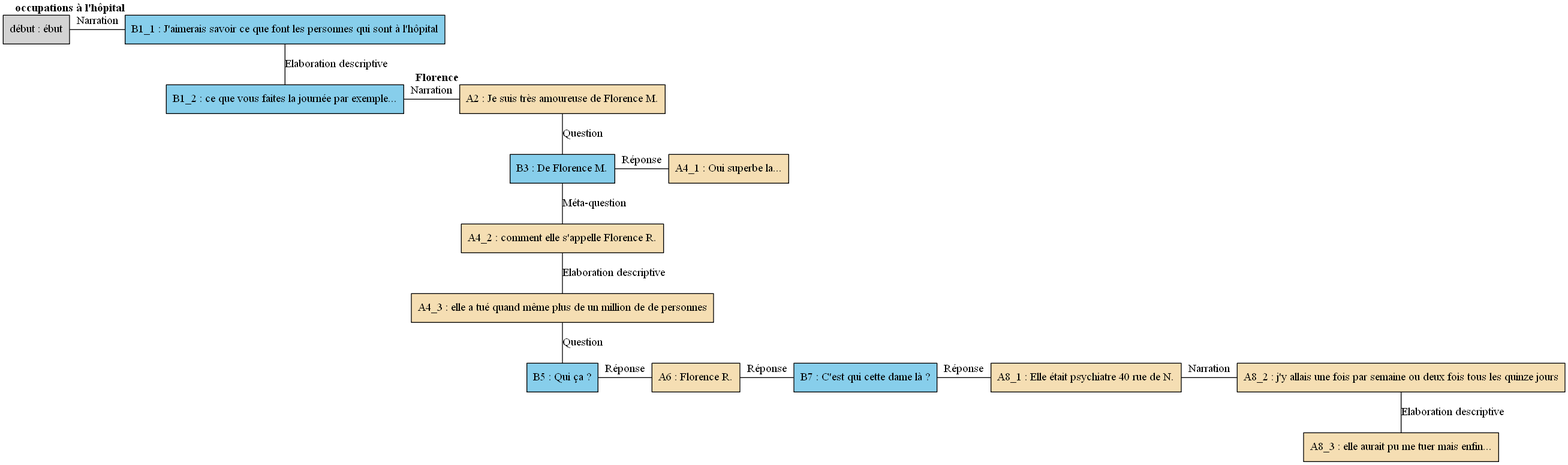
Before: arbres/Florence/Florence_-_C05.gv.png, a diagram exported from Graphviz (AlaixComet/AnnotationSlamPTut). Its source is kept beside it as arbres/Florence/Florence_-_C05.gv.
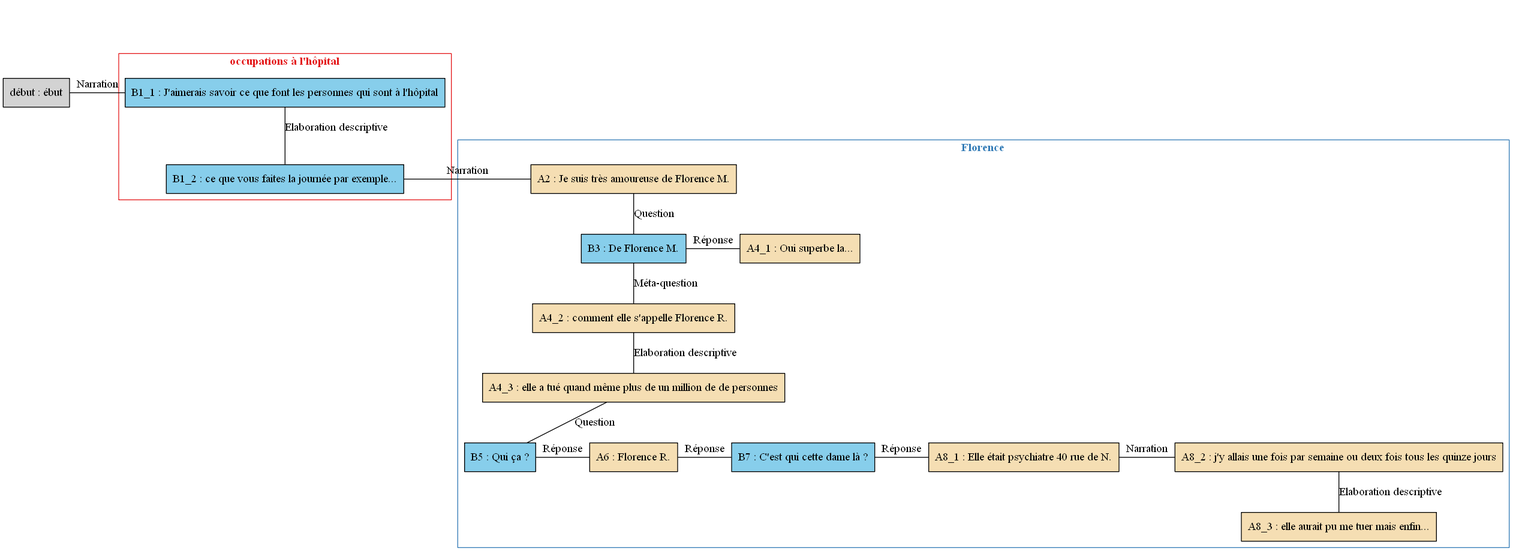
After the commit.

The edit, as a diff of the source:
```diff
@@ -1,65 +1,65 @@
 digraph C05 {
 	node [shape=box style=filled]
-	"début" [label="début : ébut" xlabel=""]
-	B1_1 [label="B1_1 : J'aimerais savoir ce que font les personnes qui sont à l'hôpital" fillcolor=skyblue xlabel=<<B>occupations à l'hôpital</B>>]
-	B1_2 [label="B1_2 : ce que vous faites la journée par exemple..." fillcolor=skyblue xlabel=""]
-	A2 [label="A2 : Je suis très amoureuse de Florence M." fillcolor=wheat xlabel=<<B>Florence</B>>]
-	B3 [label="B3 : De Florence M." fillcolor=skyblue xlabel=""]
-	A4_1 [label="A4_1 : Oui superbe la..." fillcolor=wheat xlabel=""]
-	A4_2 [label="A4_2 : comment elle s'appelle Florence R." fillcolor=wheat xlabel=""]
-	A4_3 [label="A4_3 : elle a tué quand même plus de un million de de personnes" fillcolor=wheat xlabel=""]
-	B5 [label="B5 : Qui ça ?" fillcolor=skyblue xlabel=""]
-	A6 [label="A6 : Florence R." fillcolor=wheat xlabel=""]
-	B7 [label="B7 : C'est qui cette dame là ?" fillcolor=skyblue xlabel=""]
-	A8_1 [label="A8_1 : Elle était psychiatre 40 rue de N." fillcolor=wheat xlabel=""]
-	A8_2 [label="A8_2 : j'y allais une fois par semaine ou deux fois tous les quinze jours" fillcolor=wheat xlabel=""]
-	A8_3 [label="A8_3 : elle aurait pu me tuer mais enfin..." fillcolor=wheat xlabel=""]
-	B1_1 -> B1_2 [label="Elaboration descriptive" dir=none]
-	{
-		rank=same
-		"début"
+	newrank=true
+	zero [style=invis]
+	"début" [label="début : ébut"]
+	B1_1 [label="B1_1 : J'aimerais savoir ce que font les personnes qui sont à l'hôpital" fillcolor=skyblue]
+	B1_2 [label="B1_2 : ce que vous faites la journée par exemple..." fillcolor=skyblue]
+	A2 [label="A2 : Je suis très amoureuse de Florence M." fillcolor=wheat]
+	B3 [label="B3 : De Florence M." fillcolor=skyblue]
+	A4_1 [label="A4_1 : Oui superbe la..." fillcolor=wheat]
+	A4_2 [label="A4_2 : comment elle s'appelle Florence R." fillcolor=wheat]
+	A4_3 [label="A4_3 : elle a tué quand même plus de un million de de personnes" fillcolor=wheat]
+	B5 [label="B5 : Qui ça ?" fillcolor=skyblue]
+	A6 [label="A6 : Florence R." fillcolor=wheat]
+	B7 [label="B7 : C'est qui cette dame là ?" fillcolor=skyblue]
+	A8_1 [label="A8_1 : Elle était psychiatre 40 rue de N." fillcolor=wheat]
+	A8_2 [label="A8_2 : j'y allais une fois par semaine ou deux fois tous les quinze jours" fillcolor=wheat]
+	A8_3 [label="A8_3 : elle aurait pu me tuer mais enfin..." fillcolor=wheat]
+	zero -> "début" [label="" style=invis]
+	B1_1 -> B1_2 [label="Elaboration descriptive" dir=none weight=2]
+	zero -> B1_1 [style=invis weight=1]
+	"début" -> B1_1 [label=Narration constraint=false dir=none]
+	B1_1 -> A2 [style=invis weight=1]
+	B1_2 -> A2 [label=Narration constraint=false dir=none]
+	A2 -> B3 [label=Question dir=none weight=2]
+	A2 -> A4_1 [style=invis weight=1]
+	B3 -> A4_1 [label="Réponse" constraint=false dir=none]
+	B3 -> A4_2 [label="Méta-question" dir=none weight=2]
+	A4_2 -> A4_3 [label="Elaboration descriptive" dir=none weight=2]
+	A4_3 -> B5 [label=Question dir=none weight=2]
+	A4_3 -> A6 [style=invis weight=1]
+	B5 -> A6 [label="Réponse" constraint=false dir=none]
+	A4_3 -> B7 [style=invis weight=1]
+	A6 -> B7 [label="Réponse" constraint=false dir=none]
+	A4_3 -> A8_1 [style=invis weight=1]
+	B7 -> A8_1 [label="Réponse" constraint=false dir=none]
+	A4_3 -> A8_2 [style=invis weight=1]
+	A8_1 -> A8_2 [label=Narration constraint=false dir=none]
+	A8_2 -> A8_3 [label="Elaboration descriptive" dir=none weight=2]
+	subgraph cluster_1 {
+		label=<<B>occupations à l'hôpital</B>>
+		colorscheme=set19
+		color=1
+		fontcolor=1
 		B1_1
-		"début" -> B1_1 [label=Narration dir=none]
+		B1_2
 	}
-	{
-		rank=same
-		B1_2
+	subgraph cluster_2 {
+		label=<<B>Florence</B>>
+		colorscheme=set19
+		color=2
+		fontcolor=2
 		A2
-		B1_2 -> A2 [label=Narration dir=none]
-	}
-	A2 -> B3 [label=Question dir=none]
-	{
-		rank=same
 		B3
 		A4_1
-		B3 -> A4_1 [label="Réponse" dir=none]
-	}
-	B3 -> A4_2 [label="Méta-question" dir=none]
-	A4_2 -> A4_3 [label="Elaboration descriptive" dir=none]
-	A4_3 -> B5 [label=Question dir=none]
-	{
-		rank=same
+		A4_2
+		A4_3
 		B5
 		A6
-		B5 -> A6 [label="Réponse" dir=none]
-	}
-	{
-		rank=same
-		A6
-		B7
-		A6 -> B7 [label="Réponse" dir=none]
-	}
-	{
-		rank=same
 		B7
 		A8_1
-		B7 -> A8_1 [label="Réponse" dir=none]
+		A8_2
+		A8_3
 	}
-	{
-		rank=same
-		A8_1
-		A8_2
-		A8_1 -> A8_2 [label=Narration dir=none]
-	}
-	A8_2 -> A8_3 [label="Elaboration descriptive" dir=none]
 }
```
